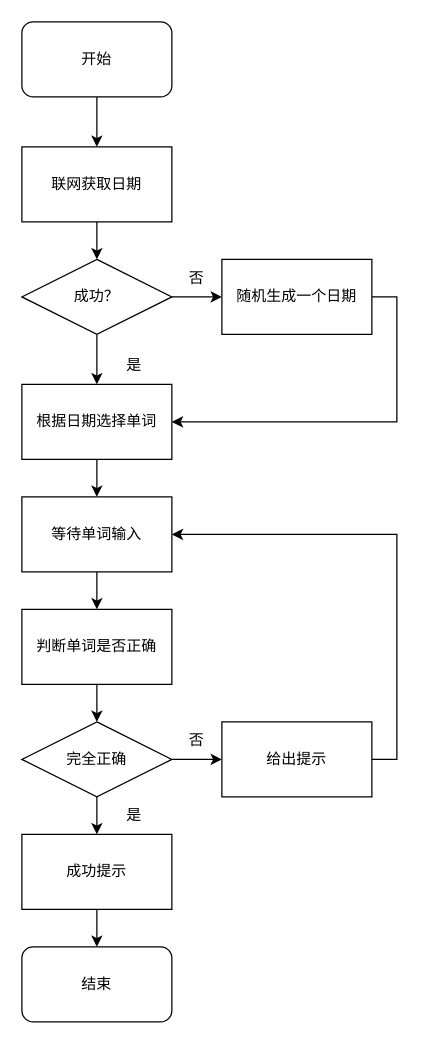
The draw.io diagram 总体流程图.drawio in catchFishCat/ESP32MicroPythonWordle, before the edit. Source tidied: cells renumbered, new cells numbered last; positions are measured from the earlier drawing's top-left corner, leaving out a move shared by most shapes. Both pictures are drawn from the tidied source at 125%, with x=0, y=0 at pixel (21, 21).
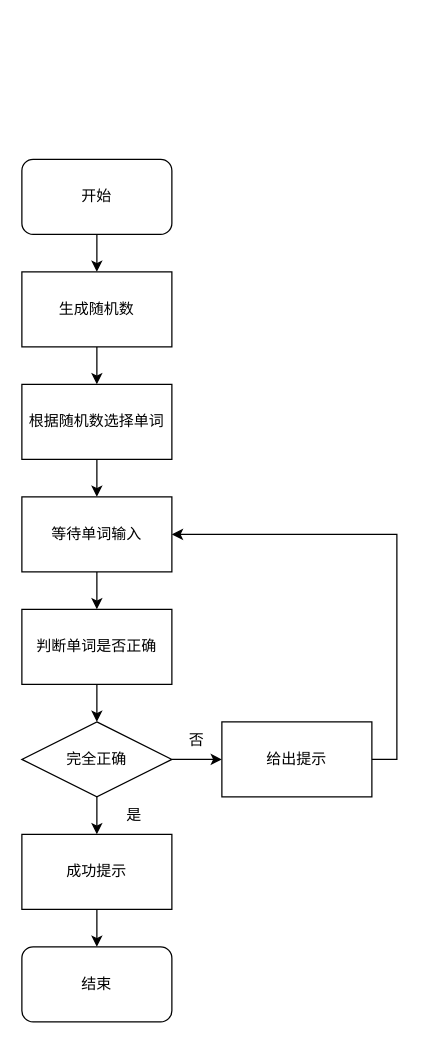
The same page after the edit.

Commit message:
Update 总体流程图.drawio

What changed in the source:
```diff
@@
-    <mxCell id="2" style="edgeStyle=orthogonalEdgeStyle;rounded=0;jettySize=auto;html=1;exitX=0.5;exitY=1;exitDx=0;exitDy=0;entryX=0.5;entryY=0;entryDx=0;entryDy=0;" parent="1" edge="1" source="3" target="5">
-      <mxGeometry relative="1" as="geometry" />
-    </mxCell>
+    <mxCell id="29" style="edgeStyle=orthogonalEdgeStyle;rounded=0;jettySize=auto;html=1;exitX=0.5;exitY=1;exitDx=0;exitDy=0;entryX=0.5;entryY=0;entryDx=0;entryDy=0;" parent="1" edge="1" source="3" target="31">
+      <mxGeometry relative="1" as="geometry" />
+    </mxCell>
     <mxCell id="3" value="开始" style="rounded=1;whiteSpace=wrap;html=1;" parent="1" vertex="1">
-      <mxGeometry width="120" height="60" as="geometry" />
+      <mxGeometry y="110" width="120" height="60" as="geometry" />
     </mxCell>
-    <mxCell id="4" style="edgeStyle=orthogonalEdgeStyle;rounded=0;jettySize=auto;html=1;exitX=0.5;exitY=1;exitDx=0;exitDy=0;entryX=0.5;entryY=0;entryDx=0;entryDy=0;" parent="1" edge="1" source="5" target="8">
-      <mxGeometry relative="1" as="geometry" />
-    </mxCell>
-    <mxCell id="5" value="联网获取日期" style="rounded=0;whiteSpace=wrap;html=1;" parent="1" vertex="1">
-      <mxGeometry y="100" width="120" height="60" as="geometry" />
-    </mxCell>
-    <mxCell id="6" style="edgeStyle=orthogonalEdgeStyle;rounded=0;jettySize=auto;html=1;exitX=1;exitY=0.5;exitDx=0;exitDy=0;" parent="1" edge="1" source="8" target="10">
-      <mxGeometry relative="1" as="geometry" />
-    </mxCell>
-    <mxCell id="7" style="edgeStyle=orthogonalEdgeStyle;rounded=0;jettySize=auto;html=1;exitX=0.5;exitY=1;exitDx=0;exitDy=0;entryX=0.5;entryY=0;entryDx=0;entryDy=0;" parent="1" edge="1" source="8" target="13">
-      <mxGeometry relative="1" as="geometry" />
-    </mxCell>
-    <mxCell id="8" value="成功？" style="rhombus;whiteSpace=wrap;html=1;" parent="1" vertex="1">
-      <mxGeometry y="190" width="120" height="60" as="geometry" />
-    </mxCell>
-    <mxCell id="9" style="edgeStyle=orthogonalEdgeStyle;rounded=0;jettySize=auto;html=1;exitX=1;exitY=0.5;exitDx=0;exitDy=0;entryX=1;entryY=0.5;entryDx=0;entryDy=0;" parent="1" edge="1" source="10" target="13">
-      <mxGeometry relative="1" as="geometry" />
-    </mxCell>
-    <mxCell id="10" value="随机生成一个日期" style="rounded=0;whiteSpace=wrap;html=1;" parent="1" vertex="1">
-      <mxGeometry x="160" y="190" width="120" height="60" as="geometry" />
-    </mxCell>
-    <mxCell id="11" value="否" style="text;html=1;strokeColor=none;fillColor=none;align=center;verticalAlign=middle;whiteSpace=wrap;rounded=0;" parent="1" vertex="1">
-      <mxGeometry x="110" y="190" width="60" height="30" as="geometry" />
-    </mxCell>
@@
-    <mxCell id="13" value="根据日期选择单词" style="rounded=0;whiteSpace=wrap;html=1;" parent="1" vertex="1">
+    <mxCell id="13" value="根据随机数选择单词" style="rounded=0;whiteSpace=wrap;html=1;" parent="1" vertex="1">
       <mxGeometry y="290" width="120" height="60" as="geometry" />
     </mxCell>
-    <mxCell id="14" value="是" style="text;html=1;strokeColor=none;fillColor=none;align=center;verticalAlign=middle;whiteSpace=wrap;rounded=0;" parent="1" vertex="1">
-      <mxGeometry x="60" y="260" width="60" height="30" as="geometry" />
-    </mxCell>
@@
+    <mxCell id="30" style="edgeStyle=orthogonalEdgeStyle;rounded=0;jettySize=auto;html=1;exitX=0.5;exitY=1;exitDx=0;exitDy=0;" parent="1" edge="1" source="31" target="13">
+      <mxGeometry relative="1" as="geometry" />
+    </mxCell>
+    <mxCell id="31" value="生成随机数" style="rounded=0;whiteSpace=wrap;html=1;" parent="1" vertex="1">
+      <mxGeometry y="200" width="120" height="60" as="geometry" />
+    </mxCell>
```
